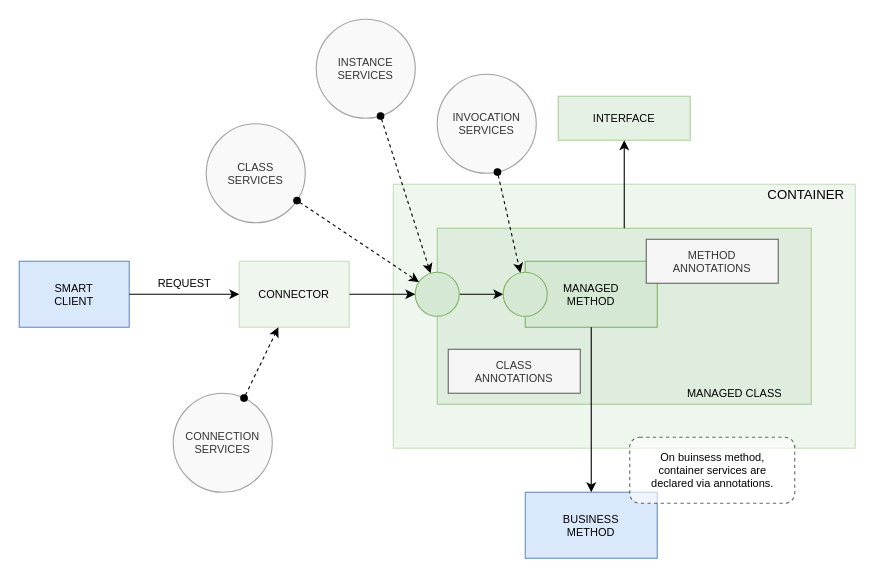
The draw.io diagram page "Container Overview" (4 of 15) of docs/container.drawio in js-lib-com/tiny-container, before the edit. Source tidied: cells renumbered, new cells numbered last; positions are measured from the earlier drawing's top-left corner, leaving out a move shared by most shapes. Both pictures are drawn from the tidied source at 110%, with x=0, y=0 at pixel (19, 19).
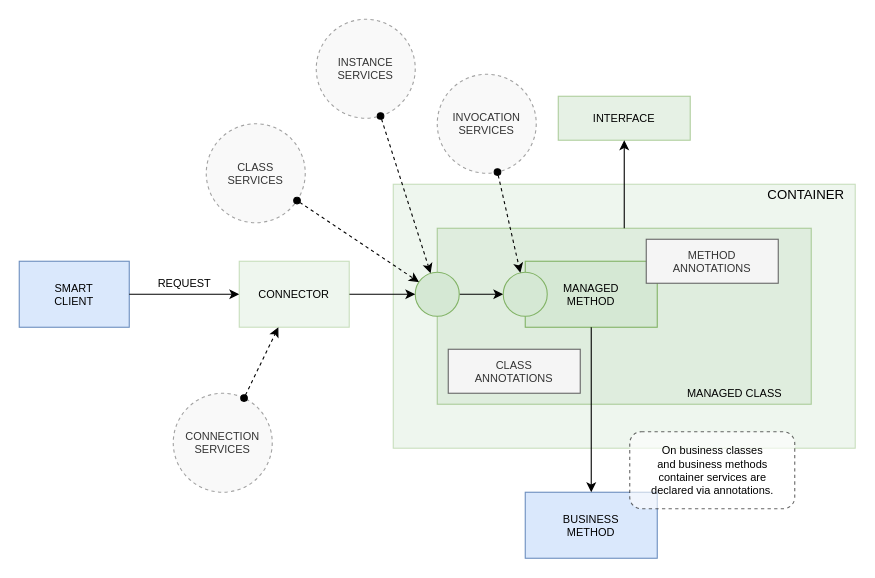
Above is the later version.

The edit, as a diff of the source:
```diff
@@
-    <mxCell id="21" value="On buinsess method, &lt;br&gt;container services are &lt;br&gt;declared via annotations." style="text;html=1;align=center;verticalAlign=middle;fontSize=10;spacing=10;labelBorderColor=none;dashed=1;fillColor=default;strokeColor=default;rounded=1;opacity=60;" parent="1" vertex="1">
-      <mxGeometry x="555" y="380" width="150" height="60" as="geometry" />
+    <mxCell id="21" value="On business classes&lt;br&gt;and business methods&lt;br&gt;container services are &lt;br&gt;declared via annotations." style="text;html=1;align=center;verticalAlign=middle;fontSize=10;spacing=10;labelBorderColor=none;dashed=1;fillColor=default;strokeColor=default;rounded=1;opacity=60;" parent="1" vertex="1">
+      <mxGeometry x="555" y="375" width="150" height="70" as="geometry" />
     </mxCell>
-    <mxCell id="22" value="CONNECTION&lt;br&gt;SERVICES" style="ellipse;whiteSpace=wrap;html=1;rounded=1;fontSize=10;fontColor=#333333;strokeColor=#666666;fillColor=#f5f5f5;verticalAlign=middle;spacing=0;opacity=60;" parent="1" vertex="1">
+    <mxCell id="22" value="CONNECTION&lt;br&gt;SERVICES" style="ellipse;whiteSpace=wrap;html=1;rounded=1;fontSize=10;fontColor=#333333;strokeColor=#666666;fillColor=#f5f5f5;verticalAlign=middle;spacing=0;opacity=60;dashed=1;" parent="1" vertex="1">
       <mxGeometry x="140" y="340" width="90" height="90" as="geometry" />
     </mxCell>
@@
-    <mxCell id="24" value="CLASS&lt;br&gt;SERVICES" style="ellipse;whiteSpace=wrap;html=1;rounded=1;fontSize=10;fontColor=#333333;strokeColor=#666666;fillColor=#f5f5f5;verticalAlign=middle;spacing=0;opacity=60;" parent="1" vertex="1">
+    <mxCell id="24" value="CLASS&lt;br&gt;SERVICES" style="ellipse;whiteSpace=wrap;html=1;rounded=1;fontSize=10;fontColor=#333333;strokeColor=#666666;fillColor=#f5f5f5;verticalAlign=middle;spacing=0;opacity=60;dashed=1;" parent="1" vertex="1">
       <mxGeometry x="170" y="95" width="90" height="90" as="geometry" />
     </mxCell>
-    <mxCell id="25" value="INSTANCE&lt;br&gt;SERVICES" style="ellipse;whiteSpace=wrap;html=1;rounded=1;fontSize=10;fontColor=#333333;strokeColor=#666666;fillColor=#f5f5f5;verticalAlign=middle;spacing=0;opacity=60;" parent="1" vertex="1">
+    <mxCell id="25" value="INSTANCE&lt;br&gt;SERVICES" style="ellipse;whiteSpace=wrap;html=1;rounded=1;fontSize=10;fontColor=#333333;strokeColor=#666666;fillColor=#f5f5f5;verticalAlign=middle;spacing=0;opacity=60;dashed=1;" parent="1" vertex="1">
       <mxGeometry x="270" width="90" height="90" as="geometry" />
     </mxCell>
-    <mxCell id="26" value="INVOCATION&lt;br&gt;SERVICES" style="ellipse;whiteSpace=wrap;html=1;rounded=1;fontSize=10;fontColor=#333333;strokeColor=#666666;fillColor=#f5f5f5;verticalAlign=middle;spacing=0;opacity=60;" parent="1" vertex="1">
+    <mxCell id="26" value="INVOCATION&lt;br&gt;SERVICES" style="ellipse;whiteSpace=wrap;html=1;rounded=1;fontSize=10;fontColor=#333333;strokeColor=#666666;fillColor=#f5f5f5;verticalAlign=middle;spacing=0;opacity=60;dashed=1;" parent="1" vertex="1">
       <mxGeometry x="380" y="50" width="90" height="90" as="geometry" />
     </mxCell>
```
